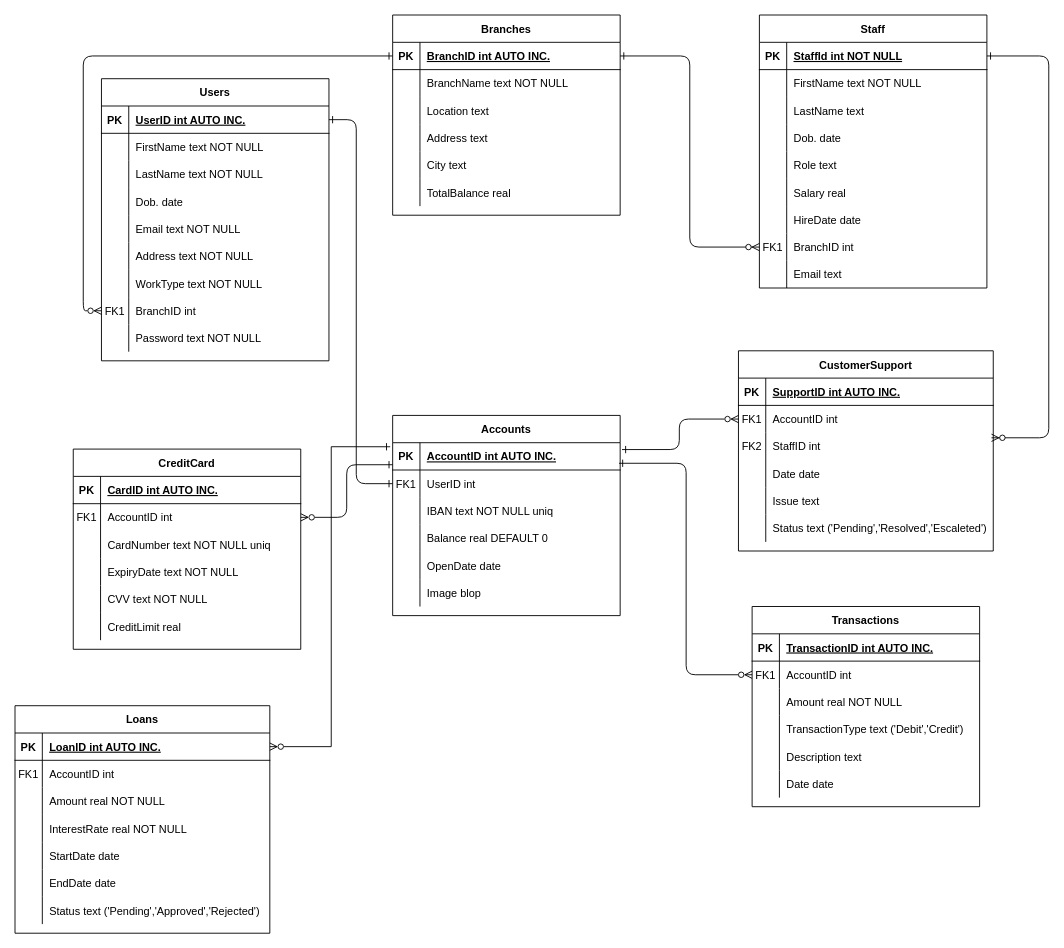
Earlier version of the draw.io diagram NoteBank.drawio (Eneuss/NoteBank). Source tidied: cells renumbered, new cells numbered last; positions are measured from the earlier drawing's top-left corner, leaving out a move shared by most shapes. Both pictures are drawn from the tidied source at 91%, with x=0, y=0 at pixel (15, 15).
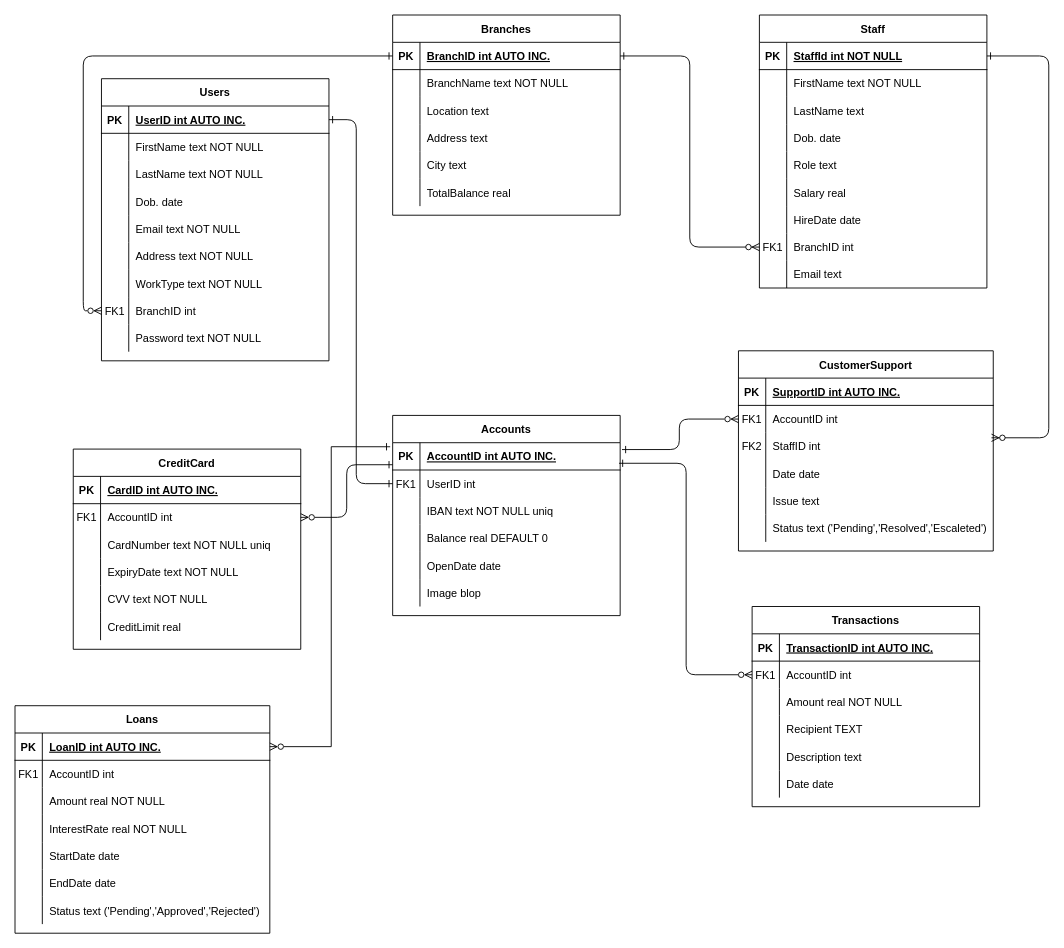
The same page after the edit.

Unchanged cells that the change refers to:
```xml
<mxCell id="128" style="shape=partialRectangle;fillColor=none;top=0;left=0;right=0;bottom=0;" parent="118" vertex="1">
  <mxGeometry y="120" width="250" height="30" as="geometry" />
</mxCell>
```

Diff of the diagram source:
```diff
@@
-    <mxCell id="130" value="TransactionType text ('Debit','Credit')" style="shape=partialRectangle;overflow=hidden;fillColor=none;top=0;left=0;bottom=0;right=0;align=left;spacingLeft=6;" parent="128" vertex="1">
+    <mxCell id="130" value="Recipient TEXT" style="shape=partialRectangle;overflow=hidden;fillColor=none;top=0;left=0;bottom=0;right=0;align=left;spacingLeft=6;" parent="128" vertex="1">
       <mxGeometry x="30" width="220" height="30" as="geometry" />
     </mxCell>
```
